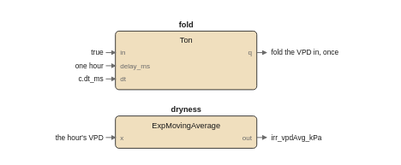
Above: images/logic/irr_modulation_fbd.drawio.svg in pstch/botanik2 (draw.io), before the change. Source tidied: cells renumbered, new cells last; positions are measured from the earlier drawing's top-left corner, leaving out a move shared by most shapes. The source it was exported from:
```xml
<mxGraphModel>
  <root>
    <mxCell id="0" />
    <mxCell id="1" parent="0" />
    <mxCell id="2" style="rounded=1;fillColor=#f0dfbe;strokeColor=#1a1a1a;whiteSpace=wrap;html=1;fontSize=8;" parent="1" vertex="1">
      <mxGeometry x="10" y="10" width="118" height="49" as="geometry" />
    </mxCell>
    <mxCell id="3" value="fold" style="text;html=1;fontSize=6;fontColor=#1a1a1a;align=center;fontStyle=1;" parent="1" vertex="1">
      <mxGeometry x="69" y="0.4" width="40" height="10.6" as="geometry" />
    </mxCell>
    <mxCell id="4" value="Ton" style="text;html=1;fontSize=6;fontColor=#1a1a1a;align=center;" parent="1" vertex="1">
      <mxGeometry x="69" y="13.4" width="40" height="10.6" as="geometry" />
    </mxCell>
    <mxCell id="5" value="in" style="text;html=1;fontSize=5;fontColor=#6b6b6b;align=left;" parent="1" vertex="1">
      <mxGeometry x="14" y="24.2" width="40" height="9.8" as="geometry" />
    </mxCell>
    <mxCell id="6" value="delay_ms" style="text;html=1;fontSize=5;fontColor=#6b6b6b;align=left;" parent="1" vertex="1">
      <mxGeometry x="14" y="35.2" width="40" height="9.8" as="geometry" />
    </mxCell>
    <mxCell id="7" value="dt" style="text;html=1;fontSize=5;fontColor=#6b6b6b;align=left;" parent="1" vertex="1">
      <mxGeometry x="14" y="46.2" width="40" height="9.8" as="geometry" />
    </mxCell>
    <mxCell id="8" value="q" style="text;html=1;fontSize=5;fontColor=#6b6b6b;align=left;" parent="1" vertex="1">
      <mxGeometry x="124" y="24.2" width="40" height="9.8" as="geometry" />
    </mxCell>
    <mxCell id="9" style="rounded=1;fillColor=#f0dfbe;strokeColor=#1a1a1a;whiteSpace=wrap;html=1;fontSize=8;" parent="1" vertex="1">
      <mxGeometry x="10" y="81" width="118" height="27" as="geometry" />
    </mxCell>
    <mxCell id="10" value="dryness" style="text;html=1;fontSize=6;fontColor=#1a1a1a;align=center;fontStyle=1;" parent="1" vertex="1">
      <mxGeometry x="69" y="71.4" width="40" height="10.6" as="geometry" />
    </mxCell>
    <mxCell id="11" value="ExpMovingAverage" style="text;html=1;fontSize=6;fontColor=#1a1a1a;align=center;" parent="1" vertex="1">
      <mxGeometry x="69" y="84.4" width="80" height="10.6" as="geometry" />
    </mxCell>
    <mxCell id="12" value="x" style="text;html=1;fontSize=5;fontColor=#6b6b6b;align=left;" parent="1" vertex="1">
      <mxGeometry x="14" y="95.2" width="40" height="9.8" as="geometry" />
    </mxCell>
    <mxCell id="13" value="out" style="text;html=1;fontSize=5;fontColor=#6b6b6b;align=left;" parent="1" vertex="1">
      <mxGeometry x="124" y="95.2" width="40" height="9.8" as="geometry" />
    </mxCell>
    <mxCell id="14" value="true" style="text;html=1;fontSize=6;fontColor=#1a1a1a;align=left;" parent="1" vertex="1">
      <mxGeometry y="24" width="40" height="10" as="geometry" />
    </mxCell>
    <mxCell id="15" style="edgeStyle=none;html=1;strokeColor=#6b6b6b;endArrow=block;" parent="1" edge="1">
      <mxGeometry relative="1" as="geometry">
        <mxPoint x="2" y="28" as="sourcePoint" />
        <mxPoint x="10" y="28" as="targetPoint" />
      </mxGeometry>
    </mxCell>
    <mxCell id="16" value="one hour" style="text;html=1;fontSize=6;fontColor=#1a1a1a;align=left;" parent="1" vertex="1">
      <mxGeometry y="35" width="40" height="10" as="geometry" />
    </mxCell>
    <mxCell id="17" style="edgeStyle=none;html=1;strokeColor=#6b6b6b;endArrow=block;" parent="1" edge="1">
      <mxGeometry relative="1" as="geometry">
        <mxPoint x="2" y="39" as="sourcePoint" />
        <mxPoint x="10" y="39" as="targetPoint" />
      </mxGeometry>
    </mxCell>
    <mxCell id="18" value="c.dt_ms" style="text;html=1;fontSize=6;fontColor=#1a1a1a;align=left;" parent="1" vertex="1">
      <mxGeometry y="46" width="40" height="10" as="geometry" />
    </mxCell>
    <mxCell id="19" style="edgeStyle=none;html=1;strokeColor=#6b6b6b;endArrow=block;" parent="1" edge="1">
      <mxGeometry relative="1" as="geometry">
        <mxPoint x="2" y="50" as="sourcePoint" />
        <mxPoint x="10" y="50" as="targetPoint" />
      </mxGeometry>
    </mxCell>
    <mxCell id="20" value="the hour's VPD" style="text;html=1;fontSize=6;fontColor=#1a1a1a;align=left;" parent="1" vertex="1">
      <mxGeometry y="95" width="70" height="10" as="geometry" />
    </mxCell>
    <mxCell id="21" style="edgeStyle=none;html=1;strokeColor=#6b6b6b;endArrow=block;" parent="1" edge="1">
      <mxGeometry relative="1" as="geometry">
        <mxPoint x="2" y="99" as="sourcePoint" />
        <mxPoint x="10" y="99" as="targetPoint" />
      </mxGeometry>
    </mxCell>
    <mxCell id="22" style="edgeStyle=none;html=1;strokeColor=#6b6b6b;endArrow=block;" parent="1" edge="1">
      <mxGeometry relative="1" as="geometry">
        <mxPoint x="128" y="28" as="sourcePoint" />
        <mxPoint x="136" y="28" as="targetPoint" />
      </mxGeometry>
    </mxCell>
    <mxCell id="23" value="fold the VPD in, once" style="text;html=1;fontSize=6;fontColor=#1a1a1a;align=left;" parent="1" vertex="1">
      <mxGeometry x="140" y="24" width="105" height="10" as="geometry" />
    </mxCell>
    <mxCell id="24" style="edgeStyle=none;html=1;strokeColor=#6b6b6b;endArrow=block;" parent="1" edge="1">
      <mxGeometry relative="1" as="geometry">
        <mxPoint x="128" y="99" as="sourcePoint" />
        <mxPoint x="136" y="99" as="targetPoint" />
      </mxGeometry>
    </mxCell>
    <mxCell id="25" value="irr_vpdAvg_kPa" style="text;html=1;fontSize=6;fontColor=#1a1a1a;align=left;" parent="1" vertex="1">
      <mxGeometry x="140" y="95" width="70" height="10" as="geometry" />
    </mxCell>
  </root>
</mxGraphModel>
```
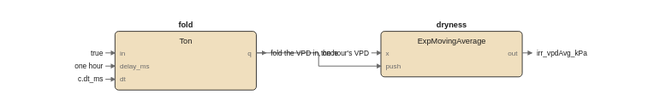
Above is the later version.

Diff of the diagram source:
```diff
@@ -24,73 +24,86 @@
       <mxGeometry x="124" y="24.2" width="40" height="9.8" as="geometry" />
     </mxCell>
     <mxCell id="9" style="rounded=1;fillColor=#f0dfbe;strokeColor=#1a1a1a;whiteSpace=wrap;html=1;fontSize=8;" parent="1" vertex="1">
-      <mxGeometry x="10" y="81" width="118" height="27" as="geometry" />
+      <mxGeometry x="232" y="10" width="118" height="38" as="geometry" />
     </mxCell>
     <mxCell id="10" value="dryness" style="text;html=1;fontSize=6;fontColor=#1a1a1a;align=center;fontStyle=1;" parent="1" vertex="1">
-      <mxGeometry x="69" y="71.4" width="40" height="10.6" as="geometry" />
+      <mxGeometry x="291" y="0.4" width="40" height="10.6" as="geometry" />
     </mxCell>
     <mxCell id="11" value="ExpMovingAverage" style="text;html=1;fontSize=6;fontColor=#1a1a1a;align=center;" parent="1" vertex="1">
-      <mxGeometry x="69" y="84.4" width="80" height="10.6" as="geometry" />
+      <mxGeometry x="291" y="13.4" width="80" height="10.6" as="geometry" />
     </mxCell>
     <mxCell id="12" value="x" style="text;html=1;fontSize=5;fontColor=#6b6b6b;align=left;" parent="1" vertex="1">
-      <mxGeometry x="14" y="95.2" width="40" height="9.8" as="geometry" />
+      <mxGeometry x="236" y="24.2" width="40" height="9.8" as="geometry" />
     </mxCell>
-    <mxCell id="13" value="out" style="text;html=1;fontSize=5;fontColor=#6b6b6b;align=left;" parent="1" vertex="1">
-      <mxGeometry x="124" y="95.2" width="40" height="9.8" as="geometry" />
+    <mxCell id="13" value="push" style="text;html=1;fontSize=5;fontColor=#6b6b6b;align=left;" parent="1" vertex="1">
+      <mxGeometry x="236" y="35.2" width="40" height="9.8" as="geometry" />
     </mxCell>
-    <mxCell id="14" value="true" style="text;html=1;fontSize=6;fontColor=#1a1a1a;align=left;" parent="1" vertex="1">
-      <mxGeometry y="24" width="40" height="10" as="geometry" />
+    <mxCell id="14" value="out" style="text;html=1;fontSize=5;fontColor=#6b6b6b;align=left;" parent="1" vertex="1">
+      <mxGeometry x="346" y="24.2" width="40" height="9.8" as="geometry" />
     </mxCell>
     <mxCell id="15" style="edgeStyle=none;html=1;strokeColor=#6b6b6b;endArrow=block;" parent="1" edge="1">
       <mxGeometry relative="1" as="geometry">
-        <mxPoint x="2" y="28" as="sourcePoint" />
-        <mxPoint x="10" y="28" as="targetPoint" />
+        <mxPoint x="128" y="28" as="sourcePoint" />
+        <mxPoint x="232" y="39" as="targetPoint" />
+        <Array as="points">
+          <mxPoint x="180" y="28" />
+          <mxPoint x="180" y="39" />
+        </Array>
       </mxGeometry>
     </mxCell>
-    <mxCell id="16" value="one hour" style="text;html=1;fontSize=6;fontColor=#1a1a1a;align=left;" parent="1" vertex="1">
-      <mxGeometry y="35" width="40" height="10" as="geometry" />
+    <mxCell id="16" value="true" style="text;html=1;fontSize=6;fontColor=#1a1a1a;align=left;" parent="1" vertex="1">
+      <mxGeometry y="24" width="40" height="10" as="geometry" />
     </mxCell>
     <mxCell id="17" style="edgeStyle=none;html=1;strokeColor=#6b6b6b;endArrow=block;" parent="1" edge="1">
       <mxGeometry relative="1" as="geometry">
-        <mxPoint x="2" y="39" as="sourcePoint" />
-        <mxPoint x="10" y="39" as="targetPoint" />
+        <mxPoint x="2" y="28" as="sourcePoint" />
+        <mxPoint x="10" y="28" as="targetPoint" />
       </mxGeometry>
     </mxCell>
-    <mxCell id="18" value="c.dt_ms" style="text;html=1;fontSize=6;fontColor=#1a1a1a;align=left;" parent="1" vertex="1">
-      <mxGeometry y="46" width="40" height="10" as="geometry" />
+    <mxCell id="18" value="one hour" style="text;html=1;fontSize=6;fontColor=#1a1a1a;align=left;" parent="1" vertex="1">
+      <mxGeometry y="35" width="40" height="10" as="geometry" />
     </mxCell>
     <mxCell id="19" style="edgeStyle=none;html=1;strokeColor=#6b6b6b;endArrow=block;" parent="1" edge="1">
       <mxGeometry relative="1" as="geometry">
-        <mxPoint x="2" y="50" as="sourcePoint" />
-        <mxPoint x="10" y="50" as="targetPoint" />
+        <mxPoint x="2" y="39" as="sourcePoint" />
+        <mxPoint x="10" y="39" as="targetPoint" />
       </mxGeometry>
     </mxCell>
-    <mxCell id="20" value="the hour's VPD" style="text;html=1;fontSize=6;fontColor=#1a1a1a;align=left;" parent="1" vertex="1">
-      <mxGeometry y="95" width="70" height="10" as="geometry" />
+    <mxCell id="20" value="c.dt_ms" style="text;html=1;fontSize=6;fontColor=#1a1a1a;align=left;" parent="1" vertex="1">
+      <mxGeometry y="46" width="40" height="10" as="geometry" />
     </mxCell>
     <mxCell id="21" style="edgeStyle=none;html=1;strokeColor=#6b6b6b;endArrow=block;" parent="1" edge="1">
       <mxGeometry relative="1" as="geometry">
-        <mxPoint x="2" y="99" as="sourcePoint" />
-        <mxPoint x="10" y="99" as="targetPoint" />
+        <mxPoint x="2" y="50" as="sourcePoint" />
+        <mxPoint x="10" y="50" as="targetPoint" />
       </mxGeometry>
     </mxCell>
-    <mxCell id="22" style="edgeStyle=none;html=1;strokeColor=#6b6b6b;endArrow=block;" parent="1" edge="1">
-      <mxGeometry relative="1" as="geometry">
-        <mxPoint x="128" y="28" as="sourcePoint" />
-        <mxPoint x="136" y="28" as="targetPoint" />
-      </mxGeometry>
-    </mxCell>
-    <mxCell id="23" value="fold the VPD in, once" style="text;html=1;fontSize=6;fontColor=#1a1a1a;align=left;" parent="1" vertex="1">
-      <mxGeometry x="140" y="24" width="105" height="10" as="geometry" />
-    </mxCell>
+    <mxCell id="26" value="the hour's VPD" style="text;html=1;fontSize=6;fontColor=#1a1a1a;align=left;" parent="1" vertex="1">
+      <mxGeometry x="222" y="24" width="70" height="10" as="geometry" />
+    </mxCell>
+    <mxCell id="27" style="edgeStyle=none;html=1;strokeColor=#6b6b6b;endArrow=block;" parent="1" edge="1">
+      <mxGeometry relative="1" as="geometry">
+        <mxPoint x="224" y="28" as="sourcePoint" />
+        <mxPoint x="232" y="28" as="targetPoint" />
+      </mxGeometry>
+    </mxCell>
     <mxCell id="24" style="edgeStyle=none;html=1;strokeColor=#6b6b6b;endArrow=block;" parent="1" edge="1">
       <mxGeometry relative="1" as="geometry">
-        <mxPoint x="128" y="99" as="sourcePoint" />
-        <mxPoint x="136" y="99" as="targetPoint" />
+        <mxPoint x="128" y="28" as="sourcePoint" />
+        <mxPoint x="136" y="28" as="targetPoint" />
       </mxGeometry>
     </mxCell>
-    <mxCell id="25" value="irr_vpdAvg_kPa" style="text;html=1;fontSize=6;fontColor=#1a1a1a;align=left;" parent="1" vertex="1">
-      <mxGeometry x="140" y="95" width="70" height="10" as="geometry" />
+    <mxCell id="25" value="fold the VPD in, once" style="text;html=1;fontSize=6;fontColor=#1a1a1a;align=left;" parent="1" vertex="1">
+      <mxGeometry x="140" y="24" width="105" height="10" as="geometry" />
     </mxCell>
+    <mxCell id="28" style="edgeStyle=none;html=1;strokeColor=#6b6b6b;endArrow=block;" parent="1" edge="1">
+      <mxGeometry relative="1" as="geometry">
+        <mxPoint x="350" y="28" as="sourcePoint" />
+        <mxPoint x="358" y="28" as="targetPoint" />
+      </mxGeometry>
+    </mxCell>
+    <mxCell id="29" value="irr_vpdAvg_kPa" style="text;html=1;fontSize=6;fontColor=#1a1a1a;align=left;" parent="1" vertex="1">
+      <mxGeometry x="362" y="24" width="70" height="10" as="geometry" />
+    </mxCell>
   </root>
 </mxGraphModel>
```
